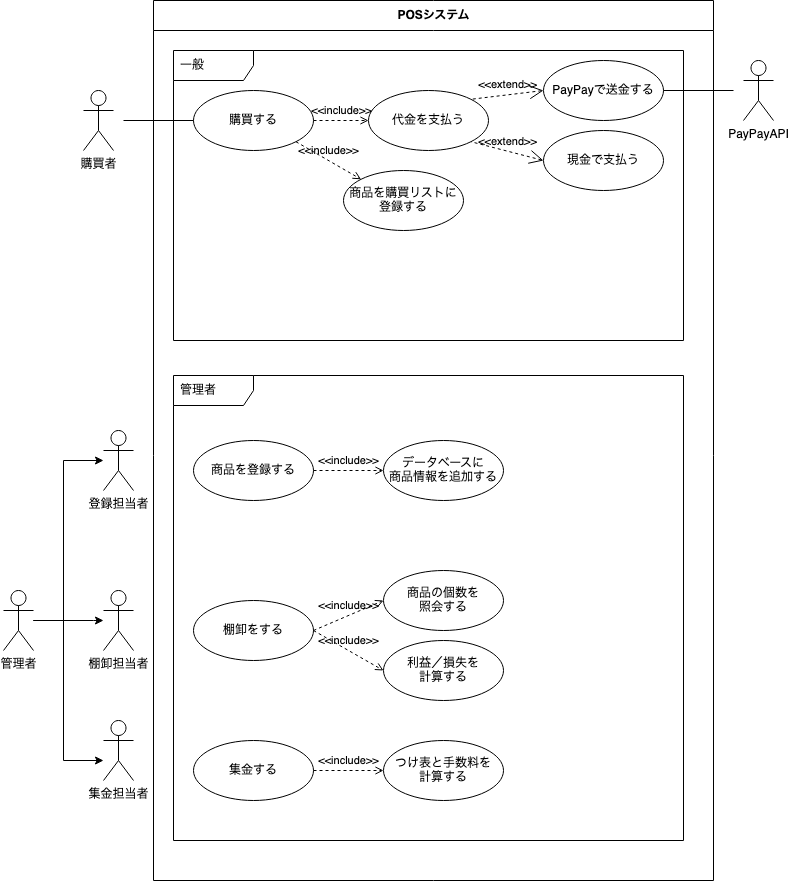
OH-DEER-NO-BEER/Sakata-shoten keeps this draw.io diagram as docs/use_case_diagram.png. Above is the earlier version. Source tidied: cells renumbered, new cells last; positions are measured from the earlier drawing's top-left corner, leaving out a move shared by most shapes.
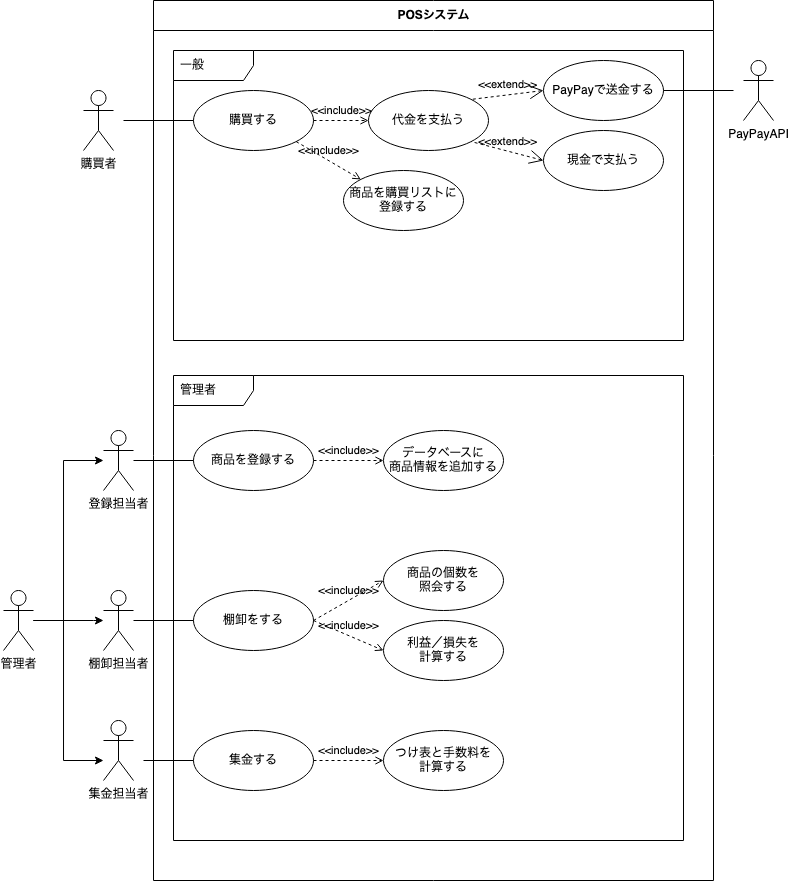
Later version of the same file.

Change to the diagram source:
```diff
@@ -49,25 +49,25 @@
       </mxGeometry>
     </mxCell>
     <mxCell id="16" value="棚卸をする" style="ellipse;whiteSpace=wrap;html=1;" parent="3" vertex="1">
-      <mxGeometry x="40" y="600" width="120" height="60" as="geometry" />
+      <mxGeometry x="40" y="590" width="120" height="60" as="geometry" />
     </mxCell>
     <mxCell id="17" value="商品を登録する" style="ellipse;whiteSpace=wrap;html=1;" parent="3" vertex="1">
-      <mxGeometry x="40" y="440" width="120" height="60" as="geometry" />
+      <mxGeometry x="40" y="430" width="120" height="60" as="geometry" />
     </mxCell>
     <mxCell id="18" value="集金する" style="ellipse;whiteSpace=wrap;html=1;" parent="3" vertex="1">
-      <mxGeometry x="40" y="740" width="120" height="60" as="geometry" />
+      <mxGeometry x="40" y="730" width="120" height="60" as="geometry" />
     </mxCell>
     <mxCell id="19" value="&lt;div&gt;データベースに&lt;/div&gt;&lt;div&gt;商品情報を追加する&lt;br&gt;&lt;/div&gt;" style="ellipse;whiteSpace=wrap;html=1;" parent="3" vertex="1">
-      <mxGeometry x="230" y="440" width="120" height="60" as="geometry" />
+      <mxGeometry x="230" y="430" width="120" height="60" as="geometry" />
     </mxCell>
     <mxCell id="20" value="&amp;lt;&amp;lt;include&amp;gt;&amp;gt;" style="edgeStyle=none;html=1;endArrow=open;verticalAlign=bottom;dashed=1;labelBackgroundColor=none;exitX=1;exitY=0.5;exitDx=0;exitDy=0;entryX=0;entryY=0.5;entryDx=0;entryDy=0;" parent="3" edge="1" source="17" target="19">
       <mxGeometry relative="1" as="geometry" />
     </mxCell>
     <mxCell id="21" value="&lt;div&gt;商品の個数を&lt;/div&gt;&lt;div&gt;照会する&lt;/div&gt;" style="ellipse;whiteSpace=wrap;html=1;" parent="3" vertex="1">
-      <mxGeometry x="230" y="570" width="120" height="60" as="geometry" />
+      <mxGeometry x="230" y="550" width="120" height="60" as="geometry" />
     </mxCell>
     <mxCell id="22" value="&lt;div&gt;利益／損失を&lt;/div&gt;&lt;div&gt;計算する&lt;/div&gt;" style="ellipse;whiteSpace=wrap;html=1;" parent="3" vertex="1">
-      <mxGeometry x="230" y="640" width="120" height="60" as="geometry" />
+      <mxGeometry x="230" y="620" width="120" height="60" as="geometry" />
     </mxCell>
     <mxCell id="23" value="&amp;lt;&amp;lt;include&amp;gt;&amp;gt;" style="edgeStyle=none;html=1;endArrow=open;verticalAlign=bottom;dashed=1;labelBackgroundColor=none;exitX=1;exitY=0.5;exitDx=0;exitDy=0;entryX=0;entryY=0.5;entryDx=0;entryDy=0;" parent="3" edge="1" source="16" target="21">
       <mxGeometry relative="1" as="geometry" />
@@ -76,11 +76,16 @@
       <mxGeometry relative="1" as="geometry" />
     </mxCell>
     <mxCell id="25" value="&lt;div&gt;つけ表と手数料を&lt;/div&gt;&lt;div&gt;計算する&lt;/div&gt;" style="ellipse;whiteSpace=wrap;html=1;" parent="3" vertex="1">
-      <mxGeometry x="230" y="740" width="120" height="60" as="geometry" />
+      <mxGeometry x="230" y="730" width="120" height="60" as="geometry" />
     </mxCell>
     <mxCell id="26" value="&amp;lt;&amp;lt;include&amp;gt;&amp;gt;" style="edgeStyle=none;html=1;endArrow=open;verticalAlign=bottom;dashed=1;labelBackgroundColor=none;exitX=1;exitY=0.5;exitDx=0;exitDy=0;" parent="3" edge="1" source="18" target="25">
       <mxGeometry relative="1" as="geometry" />
     </mxCell>
+    <mxCell id="36" style="edgeStyle=none;html=1;endArrow=none;verticalAlign=bottom;entryX=0;entryY=0.5;entryDx=0;entryDy=0;" parent="3" edge="1" target="18">
+      <mxGeometry relative="1" as="geometry">
+        <mxPoint x="-10" y="760" as="sourcePoint" />
+      </mxGeometry>
+    </mxCell>
     <mxCell id="27" style="edgeStyle=none;html=1;endArrow=none;verticalAlign=bottom;entryX=0;entryY=0.5;entryDx=0;entryDy=0;" parent="1" edge="1" target="6">
       <mxGeometry relative="1" as="geometry">
         <mxPoint x="120" y="120" as="sourcePoint" />
@@ -126,5 +131,11 @@
     <mxCell id="35" value="管理者" style="shape=umlActor;html=1;verticalLabelPosition=bottom;verticalAlign=top;align=center;" parent="1" vertex="1">
       <mxGeometry y="590" width="30" height="60" as="geometry" />
     </mxCell>
+    <mxCell id="37" style="edgeStyle=none;html=1;endArrow=none;verticalAlign=bottom;entryX=0;entryY=0.5;entryDx=0;entryDy=0;" parent="1" edge="1" source="29" target="17">
+      <mxGeometry relative="1" as="geometry" />
+    </mxCell>
+    <mxCell id="38" style="edgeStyle=none;html=1;endArrow=none;verticalAlign=bottom;entryX=0;entryY=0.5;entryDx=0;entryDy=0;" parent="1" edge="1" source="30" target="16">
+      <mxGeometry relative="1" as="geometry" />
+    </mxCell>
   </root>
 </mxGraphModel>
```
